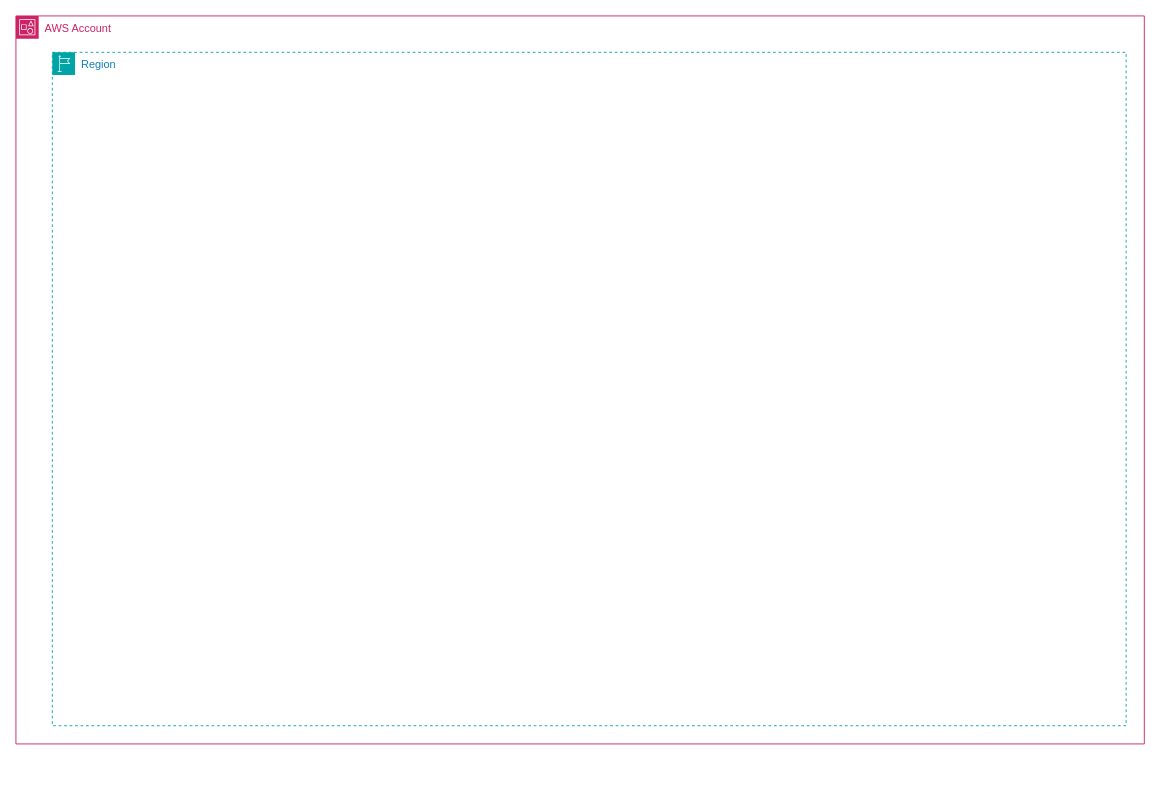
CaioValcazara/Como-criar-um-cluster-Kubernetes-na-AWS-com-EKS keeps this draw.io diagram as Untitled Diagram.drawio. Above is the earlier version. Source tidied: cells renumbered, new cells numbered last; positions are measured from the earlier drawing's top-left corner, leaving out a move shared by most shapes. Both pictures are drawn from the tidied source at 91%, with x=0, y=0 at pixel (15, 15).
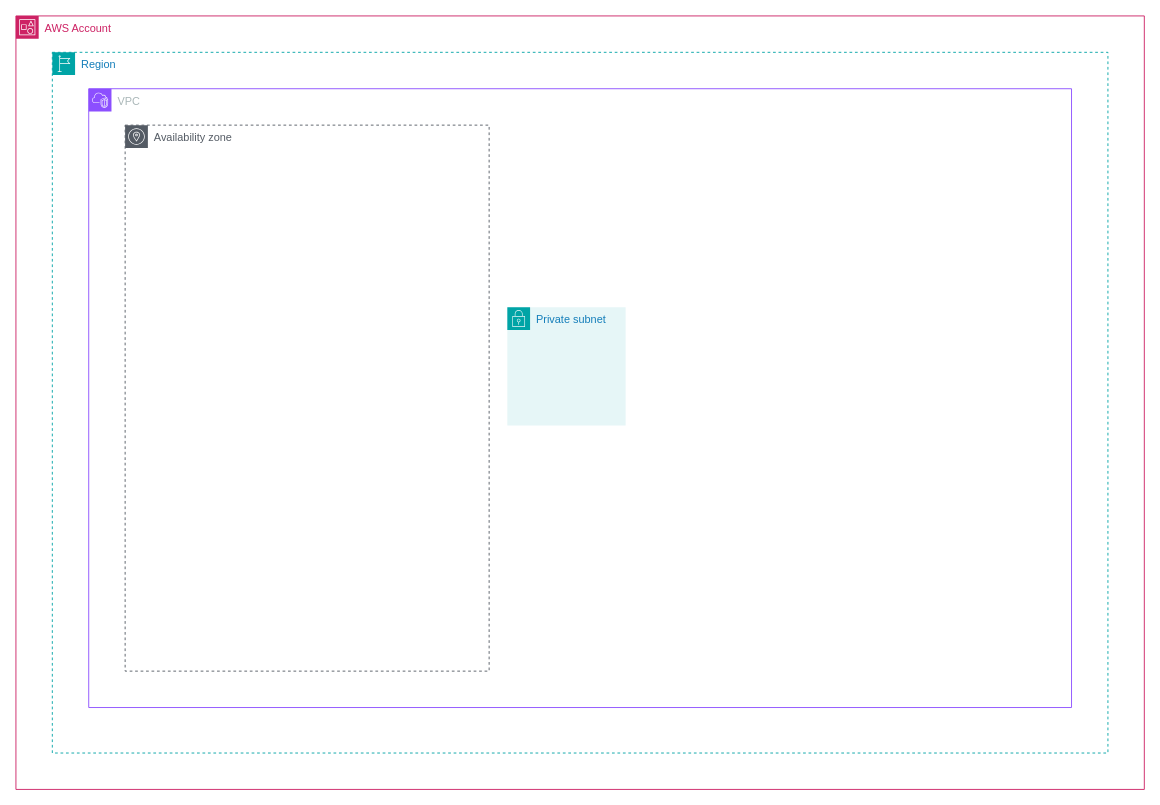
Above is the later version.

The edit, as a diff of the source:
```diff
@@
 <mxGraphModel>
   <root>
     <mxCell id="0" />
     <mxCell id="1" parent="0" />
     <mxCell id="2" value="AWS Account" style="gradientColor=none;html=1;whiteSpace=wrap;fontSize=12;fontStyle=0;shape=mxgraph.aws4.group;grIcon=mxgraph.aws4.group_account;strokeColor=#CD2264;fillColor=none;verticalAlign=top;align=left;spacingLeft=30;fontColor=#CD2264;dashed=0;" parent="1" vertex="1">
-      <mxGeometry width="1240" height="800" as="geometry" />
+      <mxGeometry width="1240" height="850" as="geometry" />
     </mxCell>
     <mxCell id="3" value="Region" style="gradientColor=none;html=1;whiteSpace=wrap;fontSize=12;fontStyle=0;shape=mxgraph.aws4.group;grIcon=mxgraph.aws4.group_region;strokeColor=#00A4A6;fillColor=none;verticalAlign=top;align=left;spacingLeft=30;fontColor=#147EBA;dashed=1;" parent="1" vertex="1">
-      <mxGeometry x="40" y="40" width="1180" height="740" as="geometry" />
+      <mxGeometry x="40" y="40" width="1160" height="770" as="geometry" />
     </mxCell>
+    <mxCell id="4" value="VPC" style="points=[[0,0],[0.25,0],[0.5,0],[0.75,0],[1,0],[1,0.25],[1,0.5],[1,0.75],[1,1],[0.75,1],[0.5,1],[0.25,1],[0,1],[0,0.75],[0,0.5],[0,0.25]];outlineConnect=0;gradientColor=none;html=1;whiteSpace=wrap;fontSize=12;fontStyle=0;shape=mxgraph.aws4.group;grIcon=mxgraph.aws4.group_vpc2;strokeColor=#8C4FFF;fillColor=none;verticalAlign=top;align=left;spacingLeft=30;fontColor=#AAB7B8;dashed=0;" parent="1" vertex="1">
+      <mxGeometry x="80" y="80" width="1080" height="680" as="geometry" />
+    </mxCell>
+    <mxCell id="5" value="Availability zone" style="sketch=0;gradientColor=none;html=1;whiteSpace=wrap;fontSize=12;fontStyle=0;shape=mxgraph.aws4.group;grIcon=mxgraph.aws4.group_availability_zone;strokeColor=#545B64;fillColor=none;verticalAlign=top;align=left;spacingLeft=30;fontColor=#545B64;dashed=1;" parent="4" vertex="1">
+      <mxGeometry x="40" y="40" width="400" height="600" as="geometry" />
+    </mxCell>
+    <mxCell id="6" style="edgeStyle=none;curved=1;rounded=0;orthogonalLoop=1;jettySize=auto;html=1;exitX=1;exitY=1;exitDx=0;exitDy=0;fontSize=12;startSize=8;endSize=8;" parent="1" edge="1" source="4" target="4">
+      <mxGeometry relative="1" as="geometry" />
+    </mxCell>
+    <mxCell id="7" value="Private subnet" style="gradientColor=none;html=1;whiteSpace=wrap;fontSize=12;fontStyle=0;shape=mxgraph.aws4.group;grIcon=mxgraph.aws4.group_security_group;grStroke=0;strokeColor=#00A4A6;fillColor=#E6F6F7;verticalAlign=top;align=left;spacingLeft=30;fontColor=#147EBA;dashed=0;" parent="1" vertex="1">
+      <mxGeometry x="540" y="320" width="130" height="130" as="geometry" />
+    </mxCell>
   </root>
 </mxGraphModel>
```
